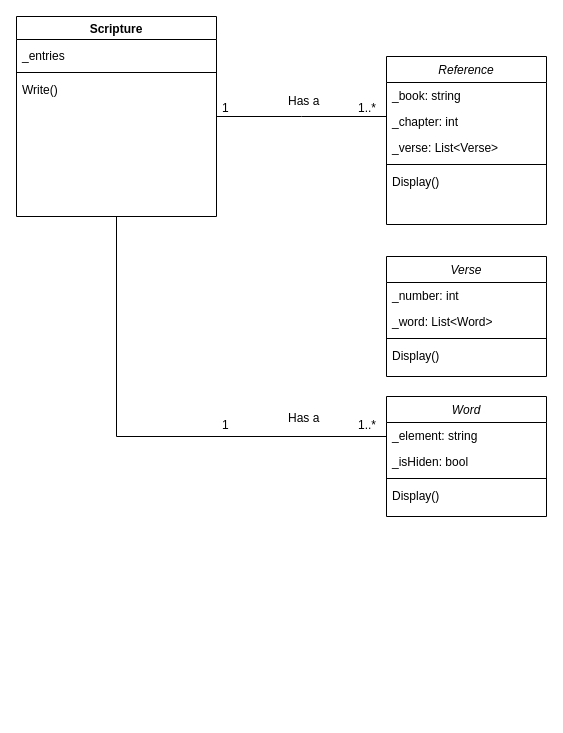
Before: assets/ScriptureMemo.drawio in neorgon/cse210-hw, a draw.io diagram. Source tidied: cells renumbered, new cells numbered last; positions are measured from the earlier drawing's top-left corner, leaving out a move shared by most shapes. Both pictures are drawn from the tidied source at 100%, with x=0, y=0 at pixel (16, 16).
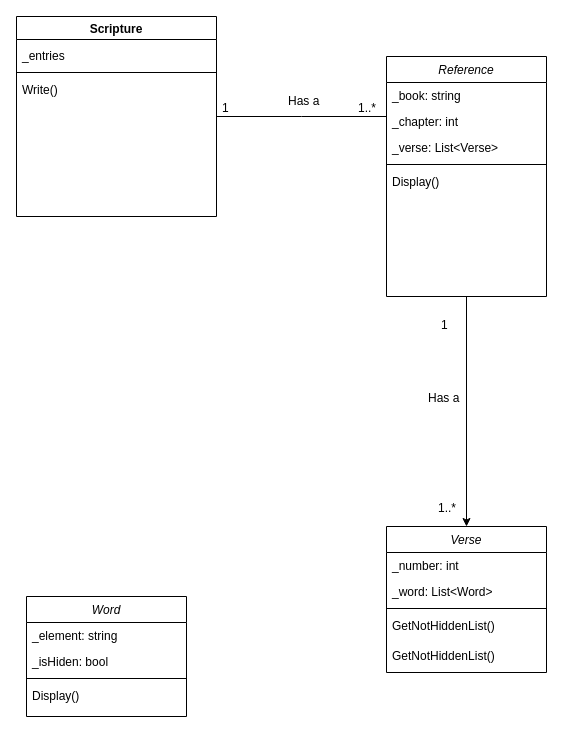
Above is the later version.

Commit message:
Update Verse class

The change refers to these unchanged cells:
```xml
<mxCell id="4" value="Scripture" style="swimlane;" parent="1" vertex="1">
  <mxGeometry width="200" height="200" as="geometry" />
</mxCell>
```

The edit, as a diff of the source:
```diff
@@
-    <mxCell id="3" style="edgeStyle=orthogonalEdgeStyle;rounded=0;jettySize=auto;html=1;entryX=0;entryY=0.5;entryDx=0;entryDy=0;endArrow=none;endFill=0;" parent="1" edge="1" source="4">
-      <mxGeometry relative="1" as="geometry">
-        <mxPoint x="370" y="420" as="targetPoint" />
-        <Array as="points">
-          <mxPoint x="100" y="420" />
-        </Array>
-      </mxGeometry>
-    </mxCell>
@@
     <mxCell id="11" value="1..*" style="align=left;verticalAlign=bottom;labelBackgroundColor=none;fontSize=12;" parent="1" vertex="1">
-      <mxGeometry x="340" y="417" as="geometry" />
+      <mxGeometry x="420" y="500" as="geometry" />
     </mxCell>
     <mxCell id="12" value="1" style="align=left;verticalAlign=bottom;labelBackgroundColor=none;fontSize=12;" parent="1" vertex="1">
-      <mxGeometry x="211" y="410" as="geometry">
+      <mxGeometry x="430" y="310" as="geometry">
         <mxPoint x="-7" y="7" as="offset" />
       </mxGeometry>
     </mxCell>
     <mxCell id="13" value="Has a" style="align=left;verticalAlign=bottom;labelBackgroundColor=none;fontSize=12;" parent="1" vertex="1">
-      <mxGeometry x="270" y="410" as="geometry" />
+      <mxGeometry x="410" y="390" as="geometry" />
     </mxCell>
     <mxCell id="14" value="Word" style="swimlane;fontStyle=2;align=center;verticalAlign=top;horizontal=1;startSize=26;rounded=0;shadow=0;strokeWidth=1;" parent="1" vertex="1">
-      <mxGeometry x="370" y="380" width="160" height="120" as="geometry" />
+      <mxGeometry x="10" y="580" width="160" height="120" as="geometry" />
     </mxCell>
@@
+    <mxCell id="30" style="edgeStyle=orthogonalEdgeStyle;rounded=0;jettySize=auto;html=1;exitX=0.5;exitY=1;exitDx=0;exitDy=0;entryX=0.5;entryY=0;entryDx=0;entryDy=0;" parent="1" edge="1" source="19" target="25">
+      <mxGeometry relative="1" as="geometry" />
+    </mxCell>
     <mxCell id="19" value="Reference" style="swimlane;fontStyle=2;align=center;verticalAlign=top;horizontal=1;startSize=26;rounded=0;shadow=0;strokeWidth=1;" parent="1" vertex="1">
-      <mxGeometry x="370" y="40" width="160" height="168" as="geometry" />
+      <mxGeometry x="370" y="40" width="160" height="240" as="geometry" />
     </mxCell>
@@
     <mxCell id="24" value="Display()" style="text;align=left;verticalAlign=top;spacingLeft=4;spacingRight=4;overflow=hidden;" parent="19" vertex="1">
-      <mxGeometry y="112" width="160" height="30" as="geometry" />
+      <mxGeometry y="112" width="160" height="32" as="geometry" />
     </mxCell>
     <mxCell id="25" value="Verse" style="swimlane;fontStyle=2;align=center;verticalAlign=top;horizontal=1;startSize=26;rounded=0;shadow=0;strokeWidth=1;" parent="1" vertex="1">
-      <mxGeometry x="370" y="240" width="160" height="120" as="geometry" />
+      <mxGeometry x="370" y="510" width="160" height="146" as="geometry" />
     </mxCell>
@@
-    <mxCell id="29" value="Display()" style="text;align=left;verticalAlign=top;spacingLeft=4;spacingRight=4;overflow=hidden;" parent="25" vertex="1">
+    <mxCell id="29" value="GetNotHiddenList()" style="text;align=left;verticalAlign=top;spacingLeft=4;spacingRight=4;overflow=hidden;" parent="25" vertex="1">
       <mxGeometry y="86" width="160" height="30" as="geometry" />
     </mxCell>
+    <mxCell id="31" value="GetNotHiddenList()" style="text;align=left;verticalAlign=top;spacingLeft=4;spacingRight=4;overflow=hidden;" parent="25" vertex="1">
+      <mxGeometry y="116" width="160" height="30" as="geometry" />
+    </mxCell>
```
